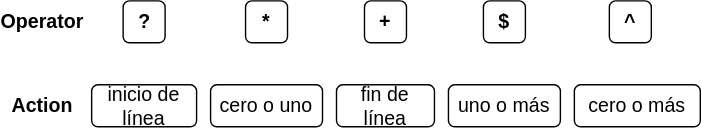
gvwilson/teachtogether.tech keeps this draw.io diagram as es/drawio/matching.svg. Above is the earlier version. Source tidied: cells renumbered, new cells last; positions are measured from the earlier drawing's top-left corner, leaving out a move shared by most shapes. Its diagram source:
```xml
<mxGraphModel>
  <root>
    <mxCell id="0" />
    <mxCell id="1" parent="0" />
    <mxCell id="2" value="?" style="rounded=1;whiteSpace=wrap;html=1;fontSize=14;fontStyle=1;" parent="1" vertex="1">
      <mxGeometry x="87.5" width="30" height="30" as="geometry" />
    </mxCell>
    <mxCell id="3" value="*" style="rounded=1;whiteSpace=wrap;html=1;fontSize=14;fontStyle=1;" parent="1" vertex="1">
      <mxGeometry x="175" width="30" height="30" as="geometry" />
    </mxCell>
    <mxCell id="4" value="+" style="rounded=1;whiteSpace=wrap;html=1;fontSize=14;fontStyle=1;" parent="1" vertex="1">
      <mxGeometry x="260" width="30" height="30" as="geometry" />
    </mxCell>
    <mxCell id="5" value="$" style="rounded=1;whiteSpace=wrap;html=1;fontSize=14;fontStyle=1;" parent="1" vertex="1">
      <mxGeometry x="345" width="30" height="30" as="geometry" />
    </mxCell>
    <mxCell id="6" value="^" style="rounded=1;whiteSpace=wrap;html=1;fontSize=14;fontStyle=1;" parent="1" vertex="1">
      <mxGeometry x="435" width="30" height="30" as="geometry" />
    </mxCell>
    <mxCell id="7" value="inicio de línea" style="rounded=1;whiteSpace=wrap;html=1;fontSize=14;" parent="1" vertex="1">
      <mxGeometry x="65" y="60" width="75" height="30" as="geometry" />
    </mxCell>
    <mxCell id="8" value="cero o uno" style="rounded=1;whiteSpace=wrap;html=1;fontSize=14;" parent="1" vertex="1">
      <mxGeometry x="150" y="60" width="80" height="30" as="geometry" />
    </mxCell>
    <mxCell id="9" value="fin de línea" style="rounded=1;whiteSpace=wrap;html=1;fontSize=14;" parent="1" vertex="1">
      <mxGeometry x="240" y="60" width="70" height="30" as="geometry" />
    </mxCell>
    <mxCell id="10" value="uno o más" style="rounded=1;whiteSpace=wrap;html=1;fontSize=14;" parent="1" vertex="1">
      <mxGeometry x="320" y="60" width="80" height="30" as="geometry" />
    </mxCell>
    <mxCell id="11" value="cero o más" style="rounded=1;whiteSpace=wrap;html=1;fontSize=14;" parent="1" vertex="1">
      <mxGeometry x="410" y="60" width="90" height="30" as="geometry" />
    </mxCell>
    <mxCell id="12" value="&lt;b style=&quot;font-size: 14px;&quot;&gt;Operator&lt;/b&gt;" style="text;html=1;strokeColor=none;fillColor=none;align=center;verticalAlign=middle;whiteSpace=wrap;rounded=0;fontSize=14;" parent="1" vertex="1">
      <mxGeometry y="5" width="60" height="20" as="geometry" />
    </mxCell>
    <mxCell id="13" value="&lt;b style=&quot;font-size: 14px;&quot;&gt;Action&lt;/b&gt;" style="text;html=1;strokeColor=none;fillColor=none;align=center;verticalAlign=middle;whiteSpace=wrap;rounded=0;fontSize=14;" parent="1" vertex="1">
      <mxGeometry y="65" width="60" height="20" as="geometry" />
    </mxCell>
  </root>
</mxGraphModel>
```
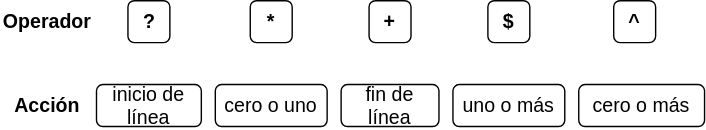
Later version of the same file.

The edit, as a diff of the source:
```diff
@@ -32,10 +32,10 @@
     <mxCell id="11" value="cero o más" style="rounded=1;whiteSpace=wrap;html=1;fontSize=14;" parent="1" vertex="1">
       <mxGeometry x="410" y="60" width="90" height="30" as="geometry" />
     </mxCell>
-    <mxCell id="12" value="&lt;b style=&quot;font-size: 14px;&quot;&gt;Operator&lt;/b&gt;" style="text;html=1;strokeColor=none;fillColor=none;align=center;verticalAlign=middle;whiteSpace=wrap;rounded=0;fontSize=14;" parent="1" vertex="1">
+    <mxCell id="12" value="&lt;b style=&quot;font-size: 14px&quot;&gt;Operador&lt;/b&gt;" style="text;html=1;strokeColor=none;fillColor=none;align=center;verticalAlign=middle;whiteSpace=wrap;rounded=0;fontSize=14;" parent="1" vertex="1">
       <mxGeometry y="5" width="60" height="20" as="geometry" />
     </mxCell>
-    <mxCell id="13" value="&lt;b style=&quot;font-size: 14px;&quot;&gt;Action&lt;/b&gt;" style="text;html=1;strokeColor=none;fillColor=none;align=center;verticalAlign=middle;whiteSpace=wrap;rounded=0;fontSize=14;" parent="1" vertex="1">
+    <mxCell id="13" value="&lt;b style=&quot;font-size: 14px&quot;&gt;Acción&lt;/b&gt;" style="text;html=1;strokeColor=none;fillColor=none;align=center;verticalAlign=middle;whiteSpace=wrap;rounded=0;fontSize=14;" parent="1" vertex="1">
       <mxGeometry y="65" width="60" height="20" as="geometry" />
     </mxCell>
   </root>
```
